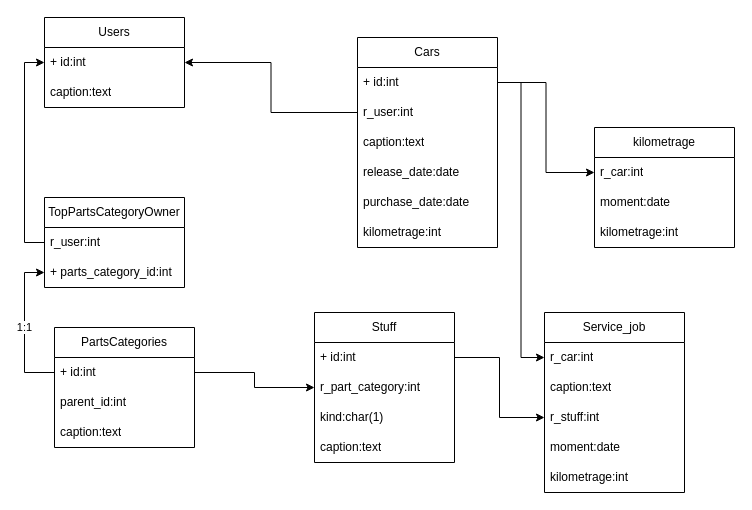
Above: CarService.drawio in tkadm/- (draw.io), before the change. Source tidied: cells renumbered, new cells numbered last; positions are measured from the earlier drawing's top-left corner, leaving out a move shared by most shapes. Both pictures are drawn from the tidied source at 100%, with x=0, y=0 at pixel (44, 17).
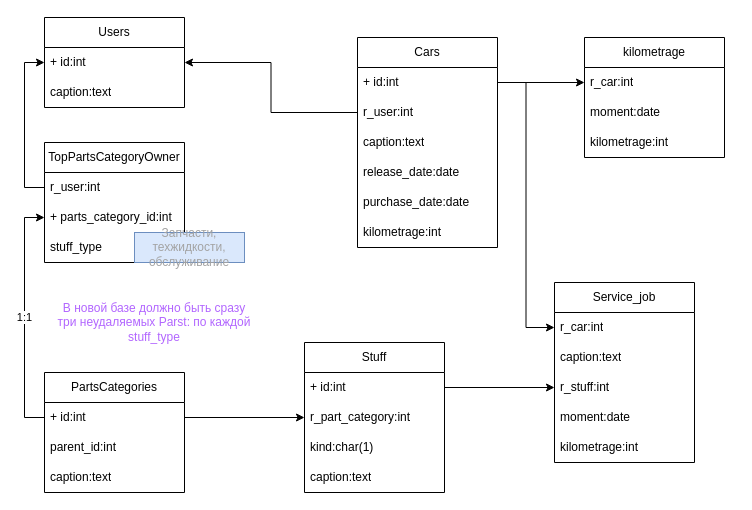
Above is the later version.

Change to the diagram source:
```diff
@@
     <mxCell id="13" value="PartsCategories" style="swimlane;fontStyle=0;horizontal=1;startSize=30;whiteSpace=wrap;html=1;" parent="1" vertex="1">
-      <mxGeometry x="10" y="310" width="140" height="120" as="geometry" />
+      <mxGeometry y="355" width="140" height="120" as="geometry" />
     </mxCell>
@@
     <mxCell id="17" value="TopPartsCategoryOwner" style="swimlane;fontStyle=0;horizontal=1;startSize=30;whiteSpace=wrap;html=1;" parent="1" vertex="1">
-      <mxGeometry y="180" width="140" height="90" as="geometry" />
+      <mxGeometry y="125" width="140" height="120" as="geometry" />
     </mxCell>
@@
+    <mxCell id="41" value="stuff_type" style="text;strokeColor=none;fillColor=none;align=left;verticalAlign=middle;spacingLeft=4;spacingRight=4;overflow=hidden;whiteSpace=wrap;html=1;" parent="17" vertex="1">
+      <mxGeometry y="90" width="140" height="30" as="geometry" />
+    </mxCell>
@@
     <mxCell id="22" value="Stuff" style="swimlane;fontStyle=0;horizontal=1;startSize=30;whiteSpace=wrap;html=1;" parent="1" vertex="1">
-      <mxGeometry x="270" y="295" width="140" height="150" as="geometry" />
+      <mxGeometry x="260" y="325" width="140" height="150" as="geometry" />
     </mxCell>
@@
     <mxCell id="28" value="Service_job" style="swimlane;fontStyle=0;horizontal=1;startSize=30;whiteSpace=wrap;html=1;" parent="1" vertex="1">
-      <mxGeometry x="500" y="295" width="140" height="180" as="geometry" />
+      <mxGeometry x="510" y="265" width="140" height="180" as="geometry" />
     </mxCell>
@@
     <mxCell id="34" value="kilometrage" style="swimlane;fontStyle=0;horizontal=1;startSize=30;whiteSpace=wrap;html=1;" parent="1" vertex="1">
-      <mxGeometry x="550" y="110" width="140" height="120" as="geometry" />
+      <mxGeometry x="540" y="20" width="140" height="120" as="geometry" />
     </mxCell>
@@
+    <mxCell id="42" value="Запчасти, техжидкости, обслуживание" style="text;html=1;strokeColor=#6c8ebf;fillColor=#dae8fc;align=center;verticalAlign=middle;whiteSpace=wrap;rounded=0;fontColor=#A3A3A3;" parent="1" vertex="1">
+      <mxGeometry x="90" y="215" width="110" height="30" as="geometry" />
+    </mxCell>
+    <mxCell id="43" value="В новой базе должно быть сразу три неудаляемых Parst: по каждой stuff_type" style="text;html=1;strokeColor=none;fillColor=none;align=center;verticalAlign=middle;whiteSpace=wrap;rounded=0;fontColor=#B266FF;" parent="1" vertex="1">
+      <mxGeometry x="10" y="290" width="200" height="30" as="geometry" />
+    </mxCell>
```
